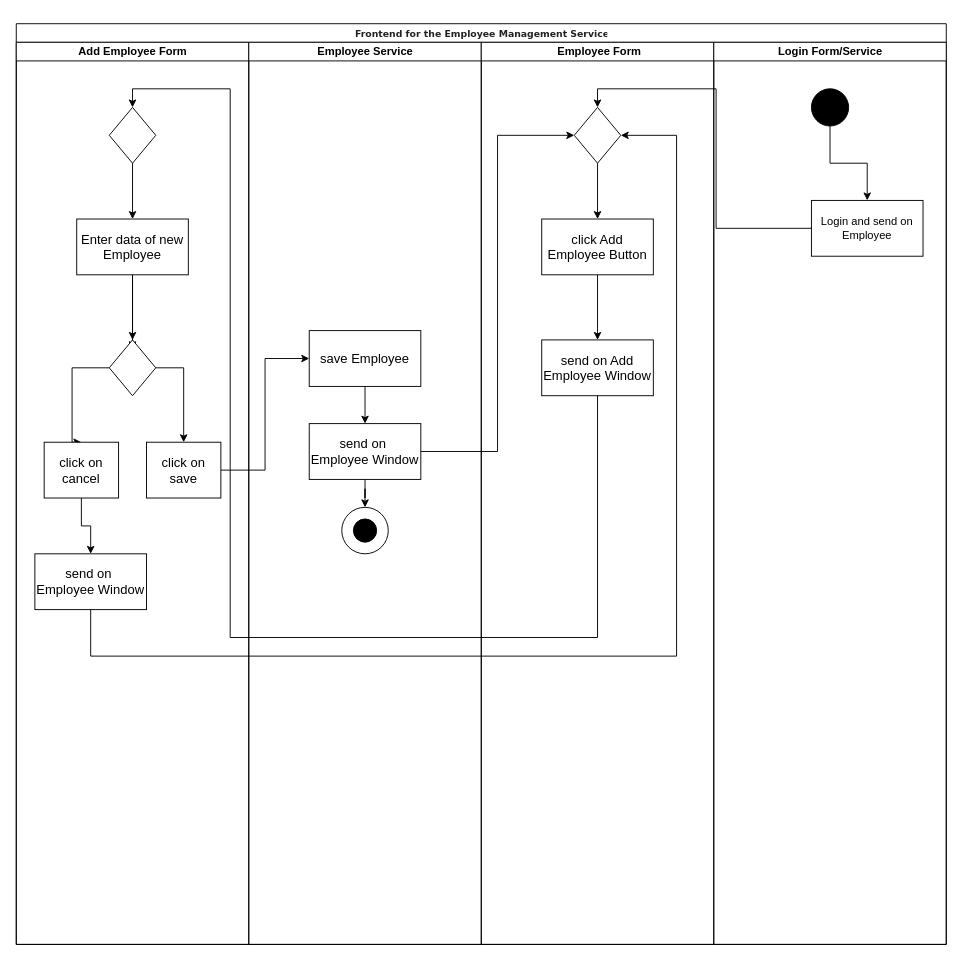
Above: page "Page-1" (1 of 2) of LoginProject.drawio in DatPriest/loginProject (draw.io), before the change. Source tidied: cells renumbered, new cells numbered last; positions are measured from the earlier drawing's top-left corner, leaving out a move shared by most shapes. Both pictures are drawn from the tidied source at 93%, with x=0, y=0 at pixel (16, 23).
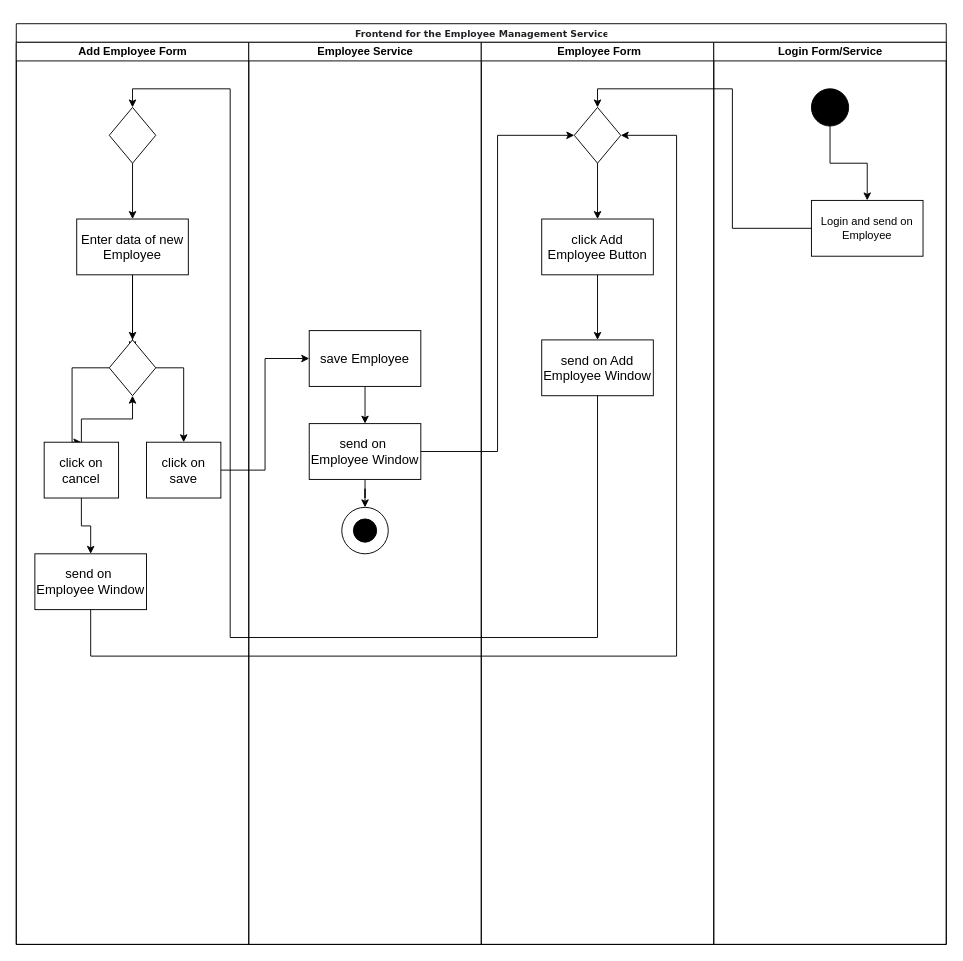
The same page after the edit.

The change refers to these unchanged cells:
```xml
<mxCell id="3" value="Add Employee Form" style="swimlane;html=1;startSize=20;" parent="2" vertex="1">
  <mxGeometry y="20" width="250" height="970" as="geometry" />
</mxCell>
<mxCell id="11" style="rhombus;whiteSpace=wrap;html=1;fontSize=10;" parent="3" vertex="1">
  <mxGeometry x="100" y="320" width="50" height="60" as="geometry" />
</mxCell>
<mxCell id="13" value="click on cancel" style="rounded=0;whiteSpace=wrap;html=1;fontSize=14;" parent="3" vertex="1">
  <mxGeometry x="30" y="430" width="80" height="60" as="geometry" />
</mxCell>
<mxCell id="26" style="rhombus;whiteSpace=wrap;html=1;fontSize=10;" parent="23" vertex="1">
  <mxGeometry x="100" y="70" width="50" height="60" as="geometry" />
</mxCell>
<mxCell id="40" value="Login and send on Employee" style="whiteSpace=wrap;html=1;fillColor=none;" parent="1" vertex="1">
  <mxGeometry x="855" y="190" width="120" height="60" as="geometry" />
</mxCell>
```

Diff of the diagram source:
```diff
@@
+    <mxCell id="42" style="edgeStyle=orthogonalEdgeStyle;rounded=0;jettySize=auto;html=1;" parent="3" edge="1" source="13" target="11">
+      <mxGeometry relative="1" as="geometry" />
+    </mxCell>
@@
     <mxCell id="39" style="edgeStyle=orthogonalEdgeStyle;rounded=0;jettySize=auto;html=1;entryX=0.5;entryY=0;entryDx=0;entryDy=0;" parent="1" edge="1" source="40" target="26">
-      <mxGeometry relative="1" as="geometry" />
+      <mxGeometry relative="1" as="geometry">
+        <Array as="points">
+          <mxPoint x="770" y="220" />
+          <mxPoint x="770" y="70" />
+          <mxPoint x="625" y="70" />
+        </Array>
+      </mxGeometry>
     </mxCell>
```
